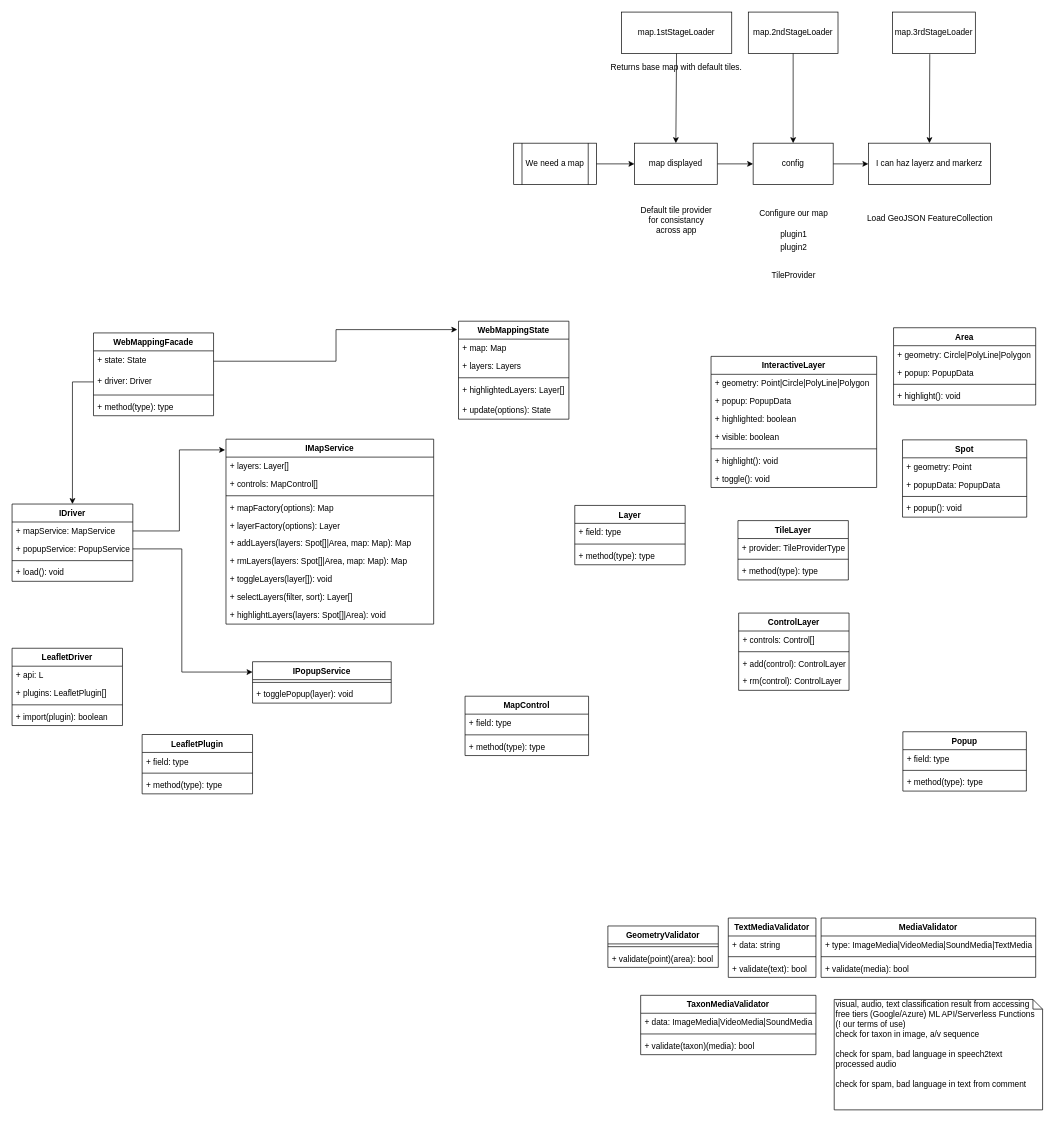
The draw.io diagram docs/devs/gnc_map.drawio in citizen-lambda/citizen-lambda, before the edit. Source tidied: cells renumbered, new cells numbered last; positions are measured from the earlier drawing's top-left corner, leaving out a move shared by most shapes. Both pictures are drawn from the tidied source at 69%, with x=0, y=0 at pixel (12, 12).
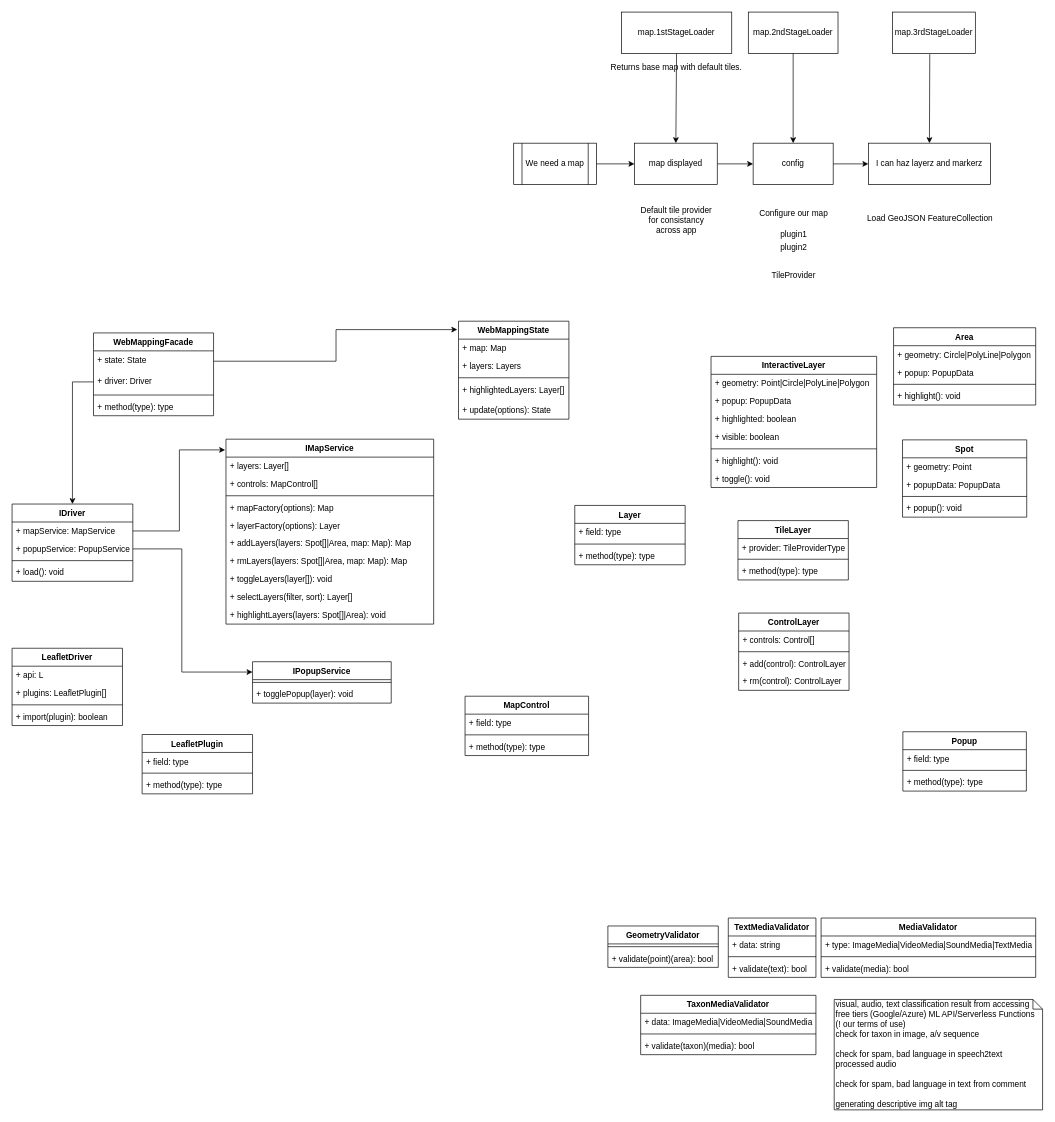
After the change.

Change to the diagram source:
```diff
@@
-    <mxCell id="85" value="visual, audio, text classification result from accessing&lt;br&gt;free tiers (Google/Azure) ML API/Serverless Functions&lt;br&gt;(! our terms of use)&lt;br&gt;check for taxon in image, a/v sequence&lt;br&gt;&lt;br&gt;check for spam, bad language in speech2text processed audio&lt;br&gt;&lt;br&gt;check for spam, bad language in text from comment" style="shape=note;whiteSpace=wrap;html=1;size=14;verticalAlign=top;align=left;spacingTop=-6;" parent="1" vertex="1">
+    <mxCell id="85" value="visual, audio, text classification result from accessing&lt;br&gt;free tiers (Google/Azure) ML API/Serverless Functions&lt;br&gt;(! our terms of use)&lt;br&gt;check for taxon in image, a/v sequence&lt;br&gt;&lt;br&gt;check for spam, bad language in speech2text processed audio&lt;br&gt;&lt;br&gt;check for spam, bad language in text from comment&lt;br&gt;&lt;br&gt;generating&amp;nbsp;descriptive&amp;nbsp;img alt tag" style="shape=note;whiteSpace=wrap;html=1;size=14;verticalAlign=top;align=left;spacingTop=-6;" parent="1" vertex="1">
       <mxGeometry x="1191.5" y="1431" width="302" height="160" as="geometry" />
     </mxCell>
```
